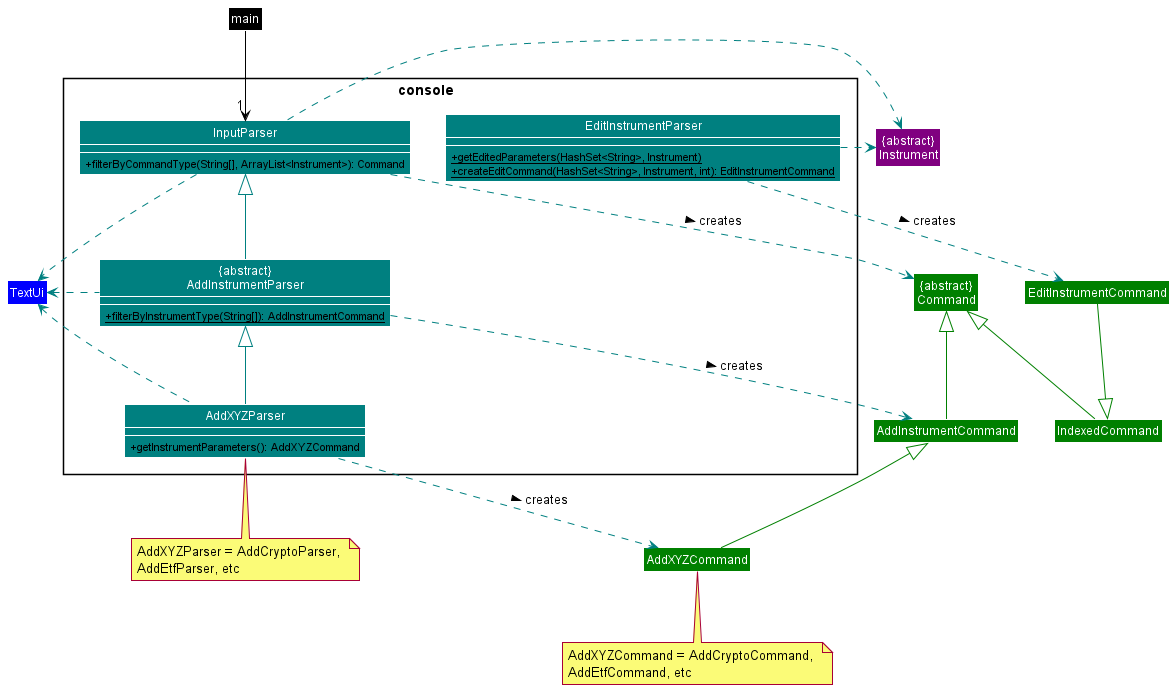
This is docs/images/ConsoleDiagram.png from williamlamjy/mTracker, a PlantUML export, as it was before one commit.
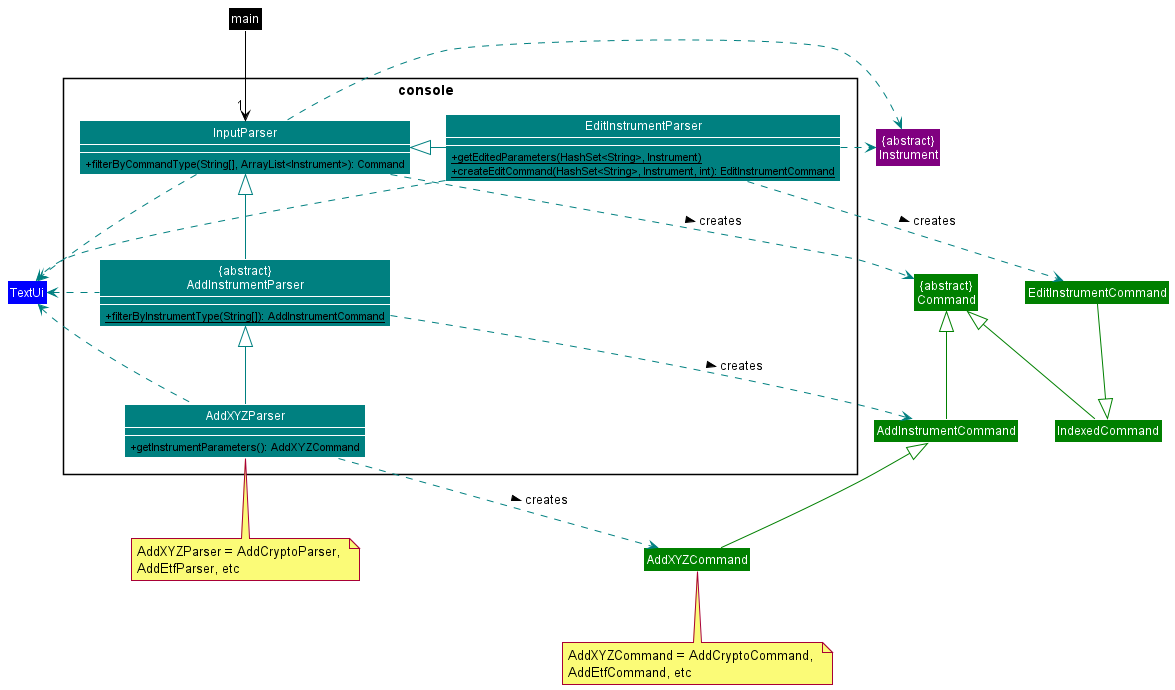
The same file after the commit.

Diff of the diagram source:
```diff
@@ -35,15 +35,16 @@
 main -down[COLOR_MAIN]->"1" InputParser
 AddInstrumentParser -up[COLOR_CONSOLE]-|> InputParser
 AddXYZParser -up[COLOR_CONSOLE]-|> AddInstrumentParser
+EditInstrumentParser -left[COLOR_CONSOLE]-|> InputParser
 
 InputParser -down[COLOR_CONSOLE].> Command : creates >
 AddInstrumentParser -right[COLOR_CONSOLE].> AddInstrumentCommand : creates >
 AddXYZParser -right[COLOR_CONSOLE].> AddXYZCommand : creates >
 EditInstrumentParser -right[COLOR_CONSOLE].> EditInstrumentCommand : creates >
-
 InputParser -down[COLOR_CONSOLE].> TextUi
 AddInstrumentParser -left[COLOR_CONSOLE].> TextUi
 AddXYZParser -left[COLOR_CONSOLE].> TextUi
+EditInstrumentParser -down[COLOR_CONSOLE].> TextUi
 
 InputParser -left[COLOR_CONSOLE].> Instrument
 EditInstrumentParser -right[COLOR_CONSOLE].> Instrument
```
